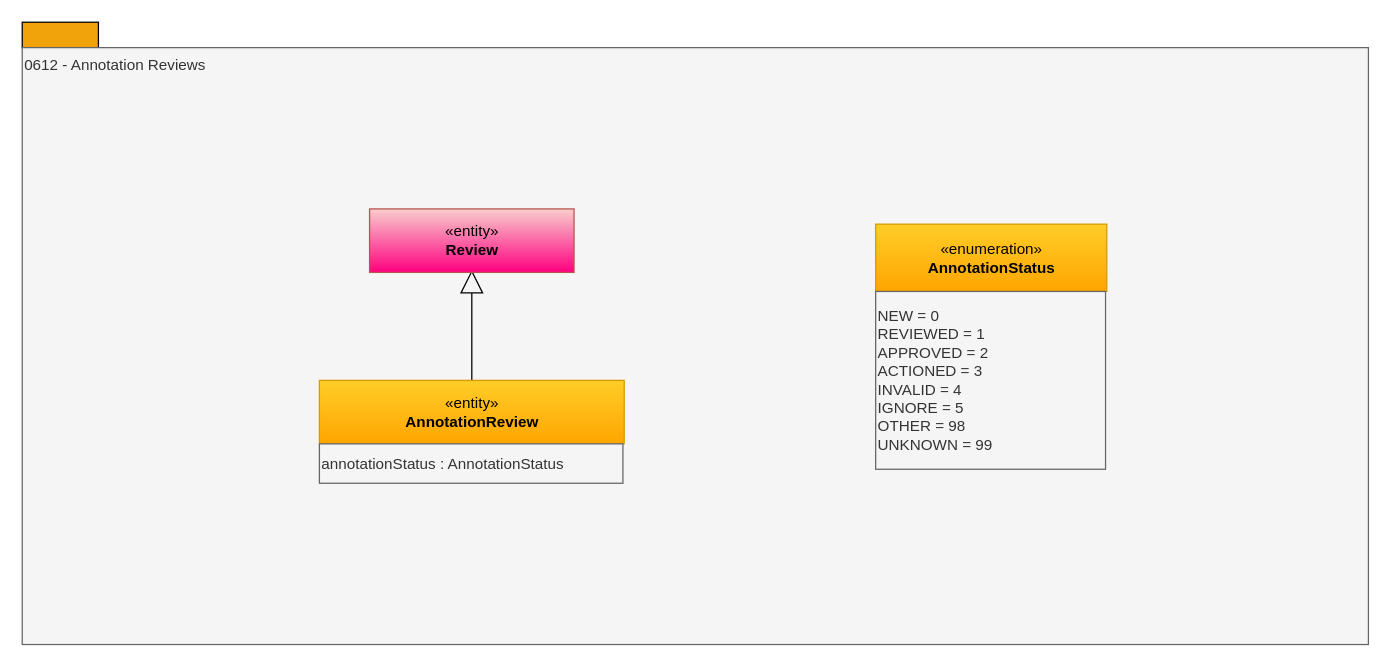
Before: page "0612-Annotation-Reviews" (4 of 15) of site/docs/types/6/area-6-discovery.drawio in odpi/egeria-docs, a draw.io diagram. Source tidied: cells renumbered, new cells numbered last; positions are measured from the earlier drawing's top-left corner, leaving out a move shared by most shapes. Both pictures are drawn from the tidied source at 127%, with x=0, y=0 at pixel (22, 22).
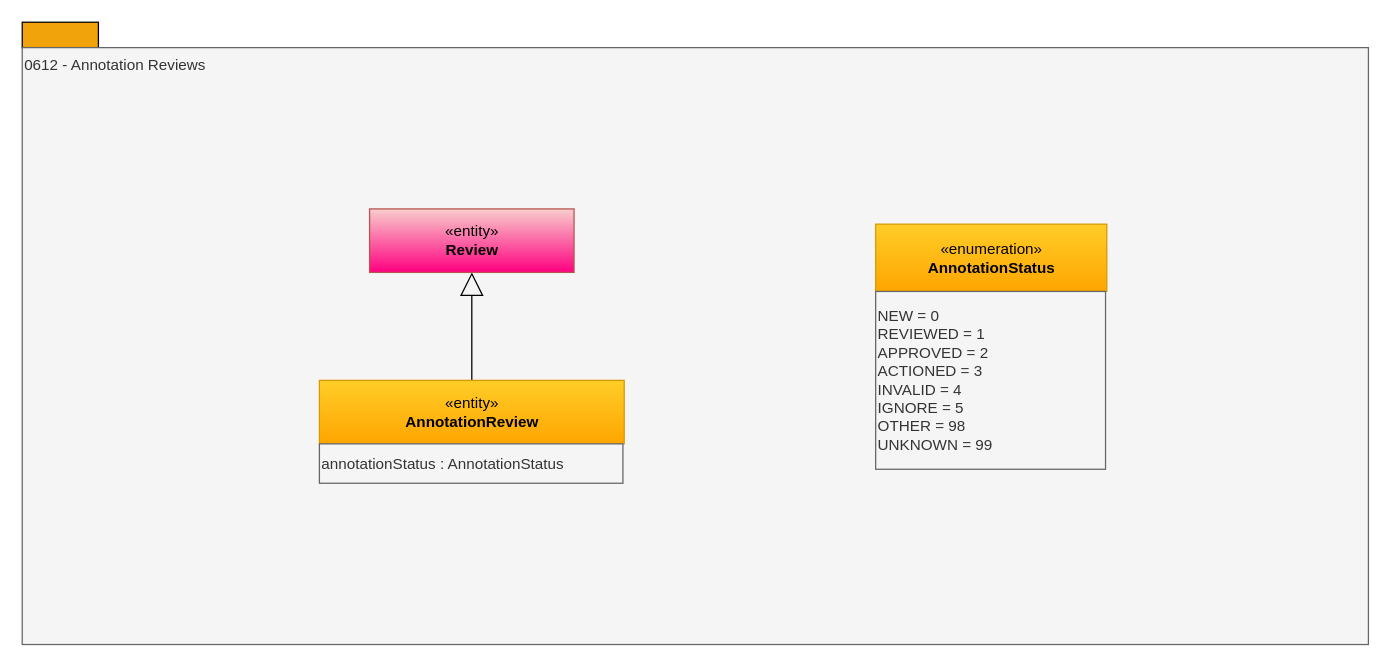
The same diagram, later.

Change to the diagram source:
```diff
@@
 <mxGraphModel>
   <root>
     <mxCell id="0" />
     <mxCell id="1" parent="0" />
     <mxCell id="2" style="rounded=0;whiteSpace=wrap;html=1;align=left;fillColor=#f0a30a;strokeColor=#000000;fontColor=#ffffff;" parent="1" vertex="1">
       <mxGeometry width="60" height="20" as="geometry" />
     </mxCell>
     <mxCell id="3" value="0612 - Annotation Reviews" style="rounded=0;whiteSpace=wrap;html=1;align=left;verticalAlign=top;fillColor=#f5f5f5;fontColor=#333333;strokeColor=#666666;" parent="1" vertex="1">
       <mxGeometry y="20" width="1060" height="470" as="geometry" />
     </mxCell>
-    <mxCell id="4" style="edgeStyle=orthogonalEdgeStyle;rounded=0;jettySize=auto;html=1;endArrow=block;endFill=0;endSize=16;" parent="1" edge="1" source="5">
-      <mxGeometry relative="1" as="geometry">
-        <mxPoint x="354" y="195" as="targetPoint" />
-      </mxGeometry>
+    <mxCell id="4" style="edgeStyle=orthogonalEdgeStyle;rounded=0;jettySize=auto;html=1;endArrow=block;endFill=0;endSize=16;entryX=0.5;entryY=1;entryDx=0;entryDy=0;exitX=0.5;exitY=0;exitDx=0;exitDy=0;" parent="1" edge="1" source="5" target="9">
+      <mxGeometry relative="1" as="geometry" />
     </mxCell>
     <mxCell id="5" value="«entity»&lt;br&gt;&lt;b&gt;AnnotationReview&lt;/b&gt;" style="html=1;strokeColor=#d79b00;align=center;fillColor=#ffcd28;gradientColor=#ffa500;" parent="1" vertex="1">
       <mxGeometry x="234" y="282" width="240" height="50" as="geometry" />
     </mxCell>
     <mxCell id="6" value="annotationStatus : AnnotationStatus" style="rounded=0;whiteSpace=wrap;html=1;strokeColor=#666666;align=left;fillColor=#f5f5f5;fontColor=#333333;" parent="1" vertex="1">
       <mxGeometry x="234" y="332" width="239" height="31" as="geometry" />
     </mxCell>
     <mxCell id="7" value="«enumeration»&lt;br&gt;&lt;b&gt;AnnotationStatus&lt;/b&gt;" style="html=1;strokeColor=#d79b00;align=center;fillColor=#ffcd28;gradientColor=#ffa500;" parent="1" vertex="1">
       <mxGeometry x="672" y="159" width="182" height="53" as="geometry" />
     </mxCell>
     <mxCell id="8" value="NEW = 0&lt;br&gt;REVIEWED = 1&lt;br&gt;APPROVED = 2&lt;br&gt;ACTIONED = 3&lt;br&gt;INVALID = 4&lt;br&gt;IGNORE = 5&lt;br&gt;OTHER = 98&lt;br&gt;UNKNOWN = 99" style="rounded=0;whiteSpace=wrap;html=1;strokeColor=#666666;align=left;fillColor=#f5f5f5;fontColor=#333333;" parent="1" vertex="1">
       <mxGeometry x="672" y="212" width="181" height="140" as="geometry" />
     </mxCell>
     <mxCell id="9" value="«entity»&lt;br&gt;&lt;b&gt;Review&lt;/b&gt;" style="html=1;strokeColor=#b85450;align=center;fillColor=#f8cecc;gradientColor=#FF0080;" parent="1" vertex="1">
       <mxGeometry x="273.5" y="147" width="161" height="50" as="geometry" />
     </mxCell>
   </root>
 </mxGraphModel>
```
